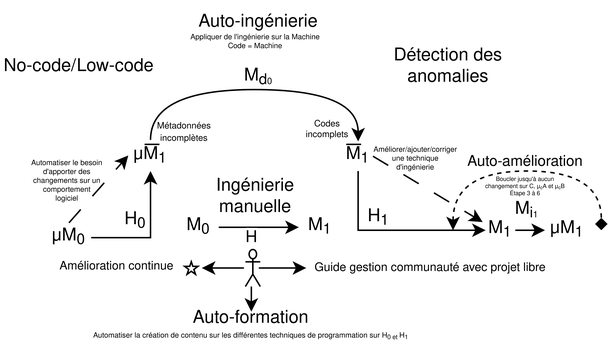
Above: diagramme/auto-amelioration_machine.drawio.png in mathben/memoire_generateur_code_2023 (draw.io), before the change. Source tidied: cells renumbered, new cells last; positions are measured from the earlier drawing's top-left corner, leaving out a move shared by most shapes.
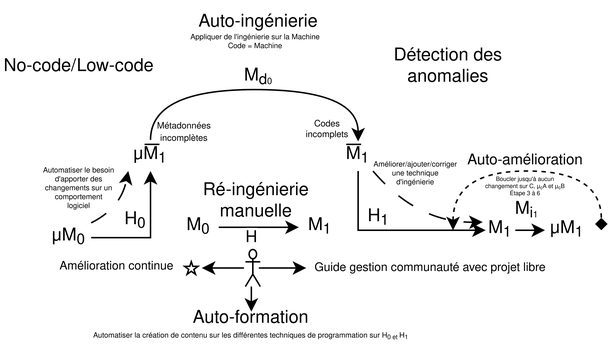
The same file after the commit.

Commit message:
[UPD] all + new achitecture machine

Change to the diagram source:
```diff
@@ -63,8 +63,8 @@
         <mxPoint x="1" y="8" as="offset" />
       </mxGeometry>
     </mxCell>
-    <mxCell id="17" value="Ingénierie manuelle" style="text;html=1;strokeColor=none;fillColor=none;align=center;verticalAlign=middle;whiteSpace=wrap;rounded=0;" parent="1" vertex="1">
-      <mxGeometry x="142" y="118" width="60" height="30" as="geometry" />
+    <mxCell id="17" value="Ré-ingénierie manuelle" style="text;html=1;strokeColor=none;fillColor=none;align=center;verticalAlign=middle;whiteSpace=wrap;rounded=0;" parent="1" vertex="1">
+      <mxGeometry x="131" y="121" width="83" height="30" as="geometry" />
     </mxCell>
     <mxCell id="18" style="endArrow=none;html=1;rounded=0;" parent="1" edge="1">
       <mxGeometry relative="1" as="geometry">
@@ -104,7 +104,7 @@
       </mxGeometry>
     </mxCell>
     <mxCell id="26" value="&lt;font style=&quot;font-size: 11px;&quot;&gt;&lt;font style=&quot;font-size: 10px;&quot;&gt;Auto-amélioration&lt;/font&gt;&lt;/font&gt;" style="text;html=1;strokeColor=none;fillColor=none;align=center;verticalAlign=middle;whiteSpace=wrap;rounded=0;" parent="1" vertex="1">
-      <mxGeometry x="311" y="102" width="86" height="14" as="geometry" />
+      <mxGeometry x="311" y="101" width="86" height="14" as="geometry" />
     </mxCell>
     <mxCell id="27" value="Boucler jusqu'à aucun changement sur C, μ&lt;sub&gt;c&lt;/sub&gt;A et μ&lt;sub&gt;c&lt;/sub&gt;B&lt;br&gt;Étape 3 à 6" style="text;html=1;strokeColor=none;fillColor=none;align=center;verticalAlign=middle;whiteSpace=wrap;rounded=0;fontSize=4;" parent="1" vertex="1">
       <mxGeometry x="325" y="122" width="58" height="8" as="geometry" />
@@ -118,17 +118,25 @@
     <mxCell id="30" value="&lt;div&gt;Appliquer de l'ingénierie sur la Machine&lt;/div&gt;&lt;div&gt;Code = Machine&lt;/div&gt;" style="text;html=1;strokeColor=none;fillColor=none;align=center;verticalAlign=middle;whiteSpace=wrap;rounded=0;fontSize=5;" parent="1" vertex="1">
       <mxGeometry x="117" y="13" width="110" height="30" as="geometry" />
     </mxCell>
-    <mxCell id="31" style="endArrow=classic;html=1;rounded=0;exitX=0.5;exitY=0;exitDx=0;exitDy=0;dashed=1;dashPattern=12 12;entryX=0;entryY=0.5;entryDx=0;entryDy=0;" parent="1" edge="1" source="5" target="9">
-      <mxGeometry relative="1" as="geometry" />
+    <mxCell id="31" style="endArrow=classic;html=1;exitX=1;exitY=0;exitDx=0;exitDy=0;dashed=1;dashPattern=12 12;entryX=0;entryY=1;entryDx=0;entryDy=0;curved=1;" parent="1" edge="1" source="5" target="9">
+      <mxGeometry relative="1" as="geometry">
+        <Array as="points">
+          <mxPoint x="81" y="140" />
+        </Array>
+      </mxGeometry>
     </mxCell>
     <mxCell id="32" value="Automatiser le besoin d'apporter des changements sur un comportement logiciel" style="text;html=1;strokeColor=none;fillColor=none;align=center;verticalAlign=middle;whiteSpace=wrap;rounded=0;fontSize=5;" parent="1" vertex="1">
-      <mxGeometry x="20" y="107" width="50" height="30" as="geometry" />
+      <mxGeometry x="28" y="112" width="50" height="30" as="geometry" />
     </mxCell>
-    <mxCell id="33" style="endArrow=classic;html=1;rounded=0;entryX=0;entryY=0.75;entryDx=0;entryDy=0;dashed=1;dashPattern=12 12;exitX=1;exitY=0.5;exitDx=0;exitDy=0;" parent="1" edge="1" source="11" target="19">
-      <mxGeometry relative="1" as="geometry" />
+    <mxCell id="33" style="endArrow=classic;html=1;entryX=0;entryY=0.75;entryDx=0;entryDy=0;dashed=1;dashPattern=12 12;exitX=1;exitY=1;exitDx=0;exitDy=0;curved=1;" parent="1" edge="1" source="11" target="19">
+      <mxGeometry relative="1" as="geometry">
+        <Array as="points">
+          <mxPoint x="281" y="150" />
+        </Array>
+      </mxGeometry>
     </mxCell>
     <mxCell id="34" value="&lt;div style=&quot;font-size: 5px;&quot;&gt;&lt;font style=&quot;font-size: 5px;&quot;&gt;Améliorer/ajouter/corriger une technique d'ingénierie&lt;br&gt;&lt;/font&gt;&lt;/div&gt;" style="text;html=1;strokeColor=none;fillColor=none;align=center;verticalAlign=middle;whiteSpace=wrap;rounded=0;" parent="1" vertex="1">
-      <mxGeometry x="250" y="92" width="60" height="30" as="geometry" />
+      <mxGeometry x="250" y="102" width="60" height="30" as="geometry" />
     </mxCell>
     <mxCell id="35" style="verticalLabelPosition=bottom;verticalAlign=top;html=1;shape=mxgraph.basic.star;" parent="1" vertex="1">
       <mxGeometry x="124" y="176.2" width="9" height="8.5" as="geometry" />
```
